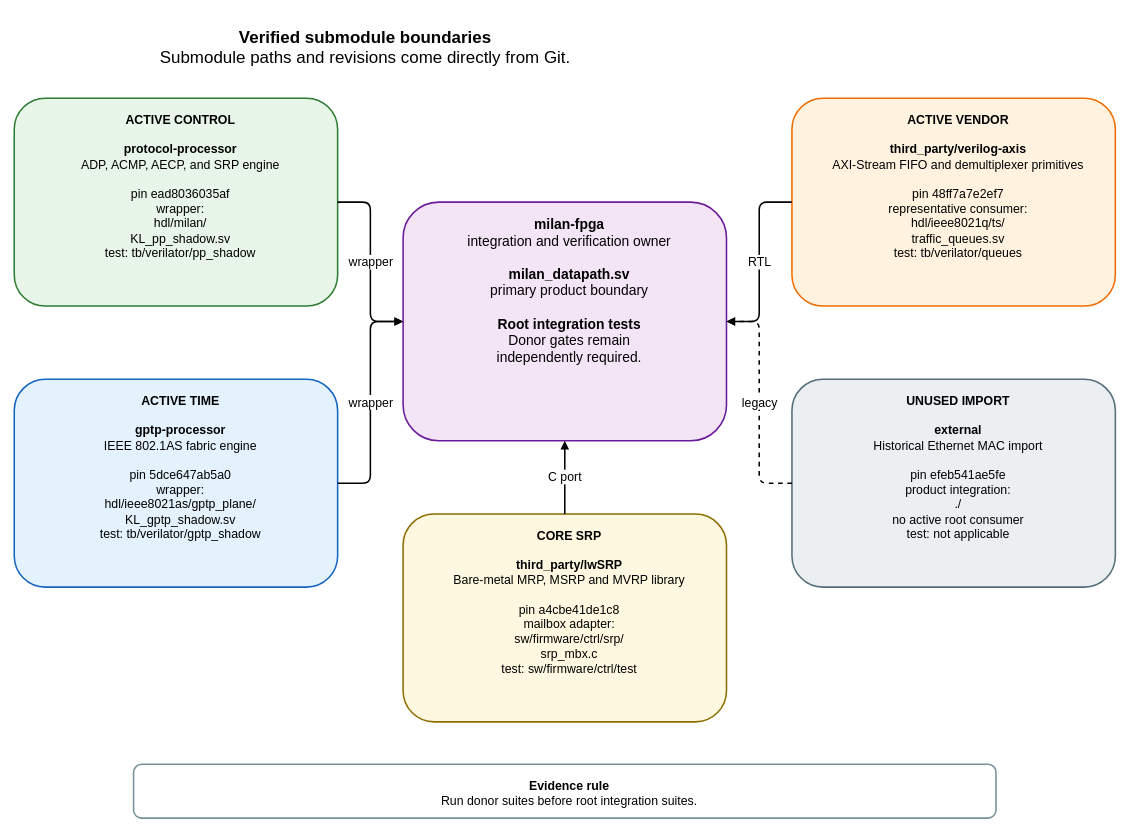
Above: docs/diagrams/submodule_boundaries.drawio in kebag-logic/milan-fpga (draw.io), before the change. Source tidied: cells renumbered, new cells numbered last; positions are measured from the earlier drawing's top-left corner, leaving out a move shared by most shapes. Both pictures are drawn from the tidied source at 77%, with x=0, y=0 at pixel (14, 13).
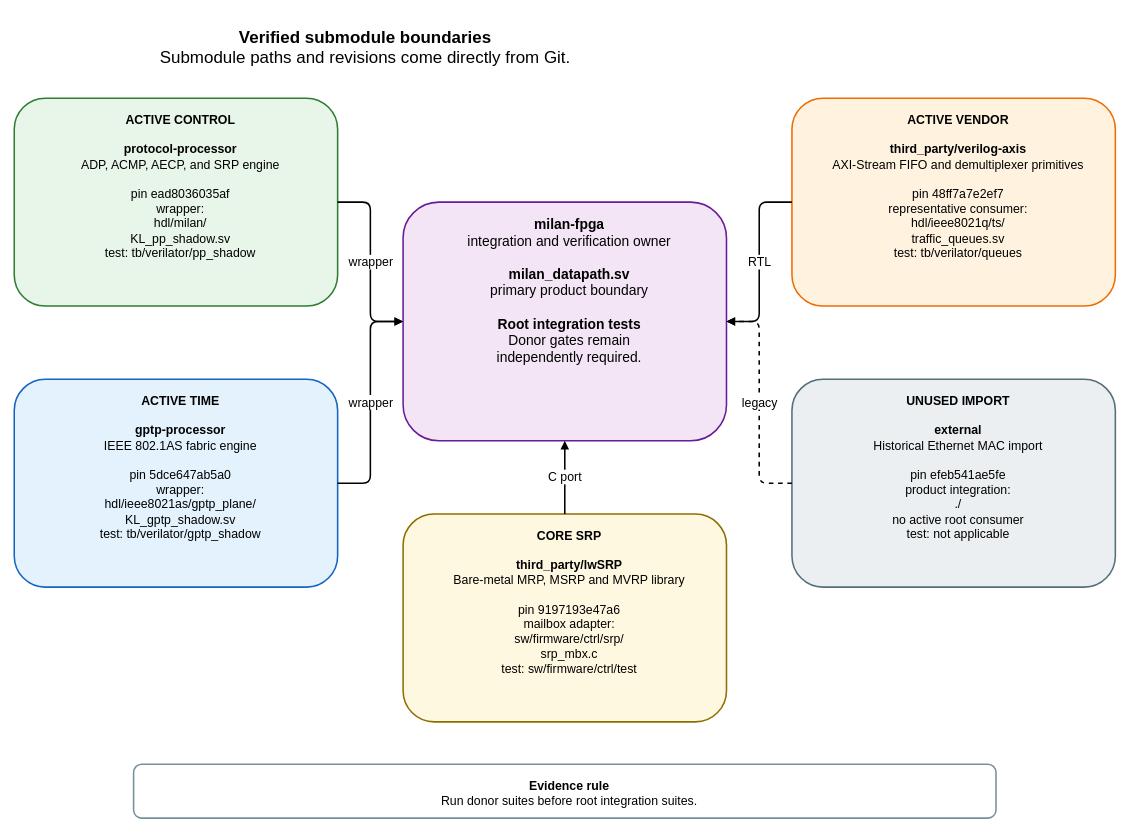
The same diagram, later.

Diff of the diagram source:
```diff
@@
 <mxGraphModel>
   <root>
     <mxCell id="0" />
     <mxCell id="1" parent="0" />
     <mxCell id="2" value="&lt;b&gt;Verified submodule boundaries&lt;/b&gt;&lt;br&gt;Submodule paths and revisions come directly from Git." style="rounded=1;whiteSpace=wrap;html=1;verticalAlign=top;spacingTop=12;spacingLeft=12;fontSize=22;fontFamily=Helvetica;fillColor=none;strokeColor=none;strokeWidth=2;" parent="1" vertex="1">
       <mxGeometry width="900" height="65" as="geometry" />
     </mxCell>
     <mxCell id="3" value="&lt;b&gt;milan-fpga&lt;/b&gt;&lt;br&gt;integration and verification owner&lt;br&gt;&lt;br&gt;&lt;b&gt;milan_datapath.sv&lt;/b&gt;&lt;br&gt;primary product boundary&lt;br&gt;&lt;br&gt;&lt;b&gt;Root integration tests&lt;/b&gt;&lt;br&gt;Donor gates remain&lt;br&gt;independently required." style="rounded=1;whiteSpace=wrap;html=1;verticalAlign=top;spacingTop=12;spacingLeft=12;fontSize=18;fontFamily=Helvetica;fillColor=#F3E5F5;strokeColor=#6A1B9A;strokeWidth=2;" parent="1" vertex="1">
       <mxGeometry x="505" y="245" width="420" height="310" as="geometry" />
     </mxCell>
     <mxCell id="4" value="&lt;b&gt;ACTIVE CONTROL&lt;/b&gt;&lt;br&gt;&lt;br&gt;&lt;b&gt;protocol-processor&lt;/b&gt;&lt;br&gt;ADP, ACMP, AECP, and SRP engine&lt;br&gt;&lt;br&gt;pin ead8036035af&lt;br&gt;wrapper:&lt;br&gt;hdl/milan/&lt;br&gt;KL_pp_shadow.sv&lt;br&gt;test: tb/verilator/pp_shadow" style="rounded=1;whiteSpace=wrap;html=1;verticalAlign=top;spacingTop=12;spacingLeft=12;fontSize=16;fontFamily=Helvetica;fillColor=#E8F5E9;strokeColor=#2E7D32;strokeWidth=2;" parent="1" vertex="1">
       <mxGeometry y="110" width="420" height="270" as="geometry" />
     </mxCell>
     <mxCell id="5" value="&lt;b&gt;ACTIVE TIME&lt;/b&gt;&lt;br&gt;&lt;br&gt;&lt;b&gt;gptp-processor&lt;/b&gt;&lt;br&gt;IEEE 802.1AS fabric engine&lt;br&gt;&lt;br&gt;pin 5dce647ab5a0&lt;br&gt;wrapper:&lt;br&gt;hdl/ieee8021as/gptp_plane/&lt;br&gt;KL_gptp_shadow.sv&lt;br&gt;test: tb/verilator/gptp_shadow" style="rounded=1;whiteSpace=wrap;html=1;verticalAlign=top;spacingTop=12;spacingLeft=12;fontSize=16;fontFamily=Helvetica;fillColor=#E3F2FD;strokeColor=#1565C0;strokeWidth=2;" parent="1" vertex="1">
       <mxGeometry y="475" width="420" height="270" as="geometry" />
     </mxCell>
     <mxCell id="6" value="&lt;b&gt;ACTIVE VENDOR&lt;/b&gt;&lt;br&gt;&lt;br&gt;&lt;b&gt;third_party/verilog-axis&lt;/b&gt;&lt;br&gt;AXI-Stream FIFO and demultiplexer primitives&lt;br&gt;&lt;br&gt;pin 48ff7a7e2ef7&lt;br&gt;representative consumer:&lt;br&gt;hdl/ieee8021q/ts/&lt;br&gt;traffic_queues.sv&lt;br&gt;test: tb/verilator/queues" style="rounded=1;whiteSpace=wrap;html=1;verticalAlign=top;spacingTop=12;spacingLeft=12;fontSize=16;fontFamily=Helvetica;fillColor=#FFF3E0;strokeColor=#EF6C00;strokeWidth=2;" parent="1" vertex="1">
       <mxGeometry x="1010" y="110" width="420" height="270" as="geometry" />
     </mxCell>
     <mxCell id="7" value="&lt;b&gt;UNUSED IMPORT&lt;/b&gt;&lt;br&gt;&lt;br&gt;&lt;b&gt;external&lt;/b&gt;&lt;br&gt;Historical Ethernet MAC import&lt;br&gt;&lt;br&gt;pin efeb541ae5fe&lt;br&gt;product integration:&lt;br&gt;./&lt;br&gt;no active root consumer&lt;br&gt;test: not applicable" style="rounded=1;whiteSpace=wrap;html=1;verticalAlign=top;spacingTop=12;spacingLeft=12;fontSize=16;fontFamily=Helvetica;fillColor=#ECEFF1;strokeColor=#546E7A;strokeWidth=2;" parent="1" vertex="1">
       <mxGeometry x="1010" y="475" width="420" height="270" as="geometry" />
     </mxCell>
-    <mxCell id="8" value="&lt;b&gt;CORE SRP&lt;/b&gt;&lt;br&gt;&lt;br&gt;&lt;b&gt;third_party/lwSRP&lt;/b&gt;&lt;br&gt;Bare-metal MRP, MSRP and MVRP library&lt;br&gt;&lt;br&gt;pin a4cbe41de1c8&lt;br&gt;mailbox adapter:&lt;br&gt;sw/firmware/ctrl/srp/&lt;br&gt;srp_mbx.c&lt;br&gt;test: sw/firmware/ctrl/test" style="rounded=1;whiteSpace=wrap;html=1;verticalAlign=top;spacingTop=12;spacingLeft=12;fontSize=16;fontFamily=Helvetica;fillColor=#FFF8E1;strokeColor=#8D6E00;strokeWidth=2;" parent="1" vertex="1">
+    <mxCell id="8" value="&lt;b&gt;CORE SRP&lt;/b&gt;&lt;br&gt;&lt;br&gt;&lt;b&gt;third_party/lwSRP&lt;/b&gt;&lt;br&gt;Bare-metal MRP, MSRP and MVRP library&lt;br&gt;&lt;br&gt;pin 9197193e47a6&lt;br&gt;mailbox adapter:&lt;br&gt;sw/firmware/ctrl/srp/&lt;br&gt;srp_mbx.c&lt;br&gt;test: sw/firmware/ctrl/test" style="rounded=1;whiteSpace=wrap;html=1;verticalAlign=top;spacingTop=12;spacingLeft=12;fontSize=16;fontFamily=Helvetica;fillColor=#FFF8E1;strokeColor=#8D6E00;strokeWidth=2;" parent="1" vertex="1">
       <mxGeometry x="505" y="650" width="420" height="270" as="geometry" />
     </mxCell>
     <mxCell id="9" value="wrapper" style="edgeStyle=orthogonalEdgeStyle;rounded=1;jettySize=auto;html=1;endArrow=block;endFill=1;strokeWidth=2;fontSize=16;fontFamily=Helvetica;labelBackgroundColor=#FFFFFF;" parent="1" edge="1" source="4" target="3">
       <mxGeometry relative="1" as="geometry" />
     </mxCell>
     <mxCell id="10" value="wrapper" style="edgeStyle=orthogonalEdgeStyle;rounded=1;jettySize=auto;html=1;endArrow=block;endFill=1;strokeWidth=2;fontSize=16;fontFamily=Helvetica;labelBackgroundColor=#FFFFFF;" parent="1" edge="1" source="5" target="3">
       <mxGeometry relative="1" as="geometry" />
     </mxCell>
     <mxCell id="11" value="RTL" style="edgeStyle=orthogonalEdgeStyle;rounded=1;jettySize=auto;html=1;endArrow=block;endFill=1;strokeWidth=2;fontSize=16;fontFamily=Helvetica;labelBackgroundColor=#FFFFFF;" parent="1" edge="1" source="6" target="3">
       <mxGeometry relative="1" as="geometry" />
     </mxCell>
     <mxCell id="12" value="legacy" style="edgeStyle=orthogonalEdgeStyle;rounded=1;jettySize=auto;html=1;endArrow=block;endFill=1;strokeWidth=2;fontSize=16;fontFamily=Helvetica;labelBackgroundColor=#FFFFFF;dashed=1;" parent="1" edge="1" source="7" target="3">
       <mxGeometry relative="1" as="geometry" />
     </mxCell>
     <mxCell id="13" value="C port" style="edgeStyle=orthogonalEdgeStyle;rounded=1;jettySize=auto;html=1;endArrow=block;endFill=1;strokeWidth=2;fontSize=16;fontFamily=Helvetica;labelBackgroundColor=#FFFFFF;" parent="1" edge="1" source="8" target="3">
       <mxGeometry relative="1" as="geometry" />
     </mxCell>
     <mxCell id="14" value="&lt;b&gt;Evidence rule&lt;/b&gt;&lt;br&gt;Run donor suites before root integration suites." style="rounded=1;whiteSpace=wrap;html=1;verticalAlign=top;spacingTop=12;spacingLeft=12;fontSize=16;fontFamily=Helvetica;fillColor=#FFFFFF;strokeColor=#78909C;strokeWidth=2;" parent="1" vertex="1">
       <mxGeometry x="155" y="975" width="1120" height="70" as="geometry" />
     </mxCell>
   </root>
 </mxGraphModel>
```
